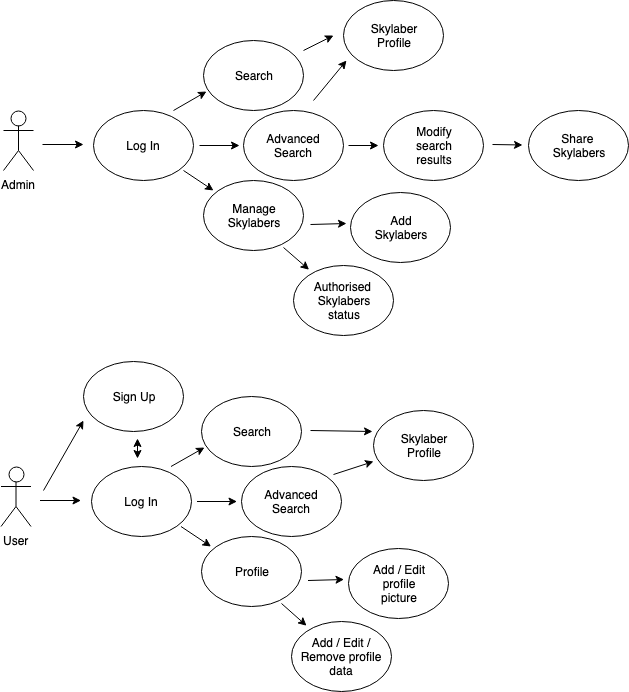
The draw.io diagram staff/alex-barba/skylab-inn-project/doc/images/use-cases.png in b00tc4mp/skylab-bootcamp-201901, before a commit. Source tidied: cells renumbered, new cells last; positions are measured from the earlier drawing's top-left corner, leaving out a move shared by most shapes.
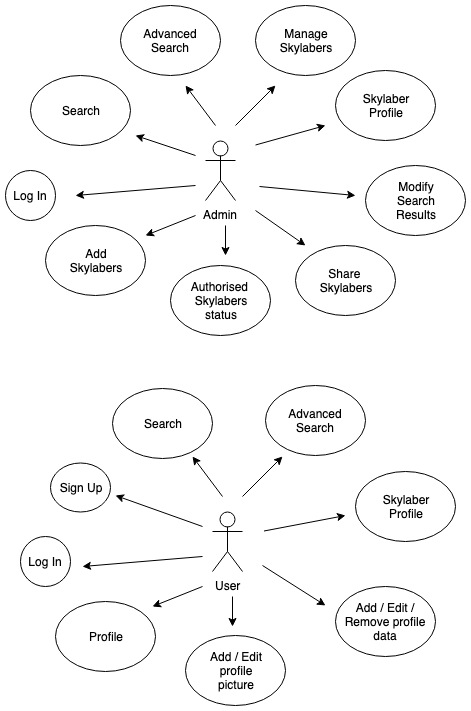
Later version of the same file.

The edit, as a diff of the source:
```diff
@@ -3,177 +3,163 @@
     <mxCell id="0" />
     <mxCell id="1" parent="0" />
     <mxCell id="2" value="Admin" style="shape=umlActor;verticalLabelPosition=bottom;labelBackgroundColor=#ffffff;verticalAlign=top;html=1;" parent="1" vertex="1">
-      <mxGeometry x="2" y="110" width="30" height="60" as="geometry" />
+      <mxGeometry x="752" y="115" width="30" height="60" as="geometry" />
     </mxCell>
     <mxCell id="3" value="Log In" style="ellipse;whiteSpace=wrap;html=1;" parent="1" vertex="1">
-      <mxGeometry x="92" y="110" width="100" height="70" as="geometry" />
+      <mxGeometry x="552" y="145" width="50" height="50" as="geometry" />
     </mxCell>
-    <mxCell id="4" style="endArrow=classic;html=1;" parent="1" edge="1">
-      <mxGeometry relative="1" as="geometry">
-        <mxPoint x="41" y="144" as="sourcePoint" />
-        <mxPoint x="82" y="144" as="targetPoint" />
-      </mxGeometry>
-    </mxCell>
-    <mxCell id="5" style="endArrow=classic;html=1;entryX=0.03;entryY=0.729;entryDx=0;entryDy=0;entryPerimeter=0;" parent="1" edge="1" target="6">
-      <mxGeometry relative="1" as="geometry">
-        <mxPoint x="172" y="110" as="sourcePoint" />
-      </mxGeometry>
-    </mxCell>
     <mxCell id="6" value="Search" style="ellipse;whiteSpace=wrap;html=1;" parent="1" vertex="1">
-      <mxGeometry x="202" y="40" width="100" height="70" as="geometry" />
+      <mxGeometry x="577" y="50" width="100" height="70" as="geometry" />
     </mxCell>
     <mxCell id="7" value="Advanced&lt;br&gt;Search" style="ellipse;whiteSpace=wrap;html=1;" parent="1" vertex="1">
-      <mxGeometry x="242" y="110" width="100" height="70" as="geometry" />
+      <mxGeometry x="667" y="-20" width="100" height="70" as="geometry" />
     </mxCell>
     <mxCell id="8" value="Manage&lt;br&gt;Skylabers&lt;br&gt;" style="ellipse;whiteSpace=wrap;html=1;" parent="1" vertex="1">
-      <mxGeometry x="202" y="180" width="100" height="70" as="geometry" />
+      <mxGeometry x="802" y="-20" width="100" height="70" as="geometry" />
     </mxCell>
     <mxCell id="9" style="endArrow=classic;html=1;" parent="1" edge="1">
       <mxGeometry relative="1" as="geometry">
-        <mxPoint x="182" y="170" as="sourcePoint" />
-        <mxPoint x="212" y="190" as="targetPoint" />
+        <mxPoint x="802" y="185" as="sourcePoint" />
+        <mxPoint x="852" y="220" as="targetPoint" />
       </mxGeometry>
     </mxCell>
-    <mxCell id="10" style="endArrow=classic;html=1;" parent="1" edge="1">
-      <mxGeometry relative="1" as="geometry">
-        <mxPoint x="198" y="145" as="sourcePoint" />
-        <mxPoint x="238" y="145" as="targetPoint" />
-      </mxGeometry>
-    </mxCell>
     <mxCell id="11" value="Skylaber&lt;br&gt;Profile&lt;br&gt;" style="ellipse;whiteSpace=wrap;html=1;" parent="1" vertex="1">
-      <mxGeometry x="342" width="100" height="70" as="geometry" />
+      <mxGeometry x="882" y="45" width="100" height="70" as="geometry" />
     </mxCell>
-    <mxCell id="12" style="endArrow=classic;html=1;" parent="1" edge="1">
-      <mxGeometry relative="1" as="geometry">
-        <mxPoint x="302" y="50" as="sourcePoint" />
-        <mxPoint x="332" y="35" as="targetPoint" />
-      </mxGeometry>
-    </mxCell>
     <mxCell id="13" style="endArrow=classic;html=1;" parent="1" edge="1">
       <mxGeometry relative="1" as="geometry">
-        <mxPoint x="312" y="100" as="sourcePoint" />
-        <mxPoint x="345" y="60" as="targetPoint" />
+        <mxPoint x="762" y="100" as="sourcePoint" />
+        <mxPoint x="732" y="60" as="targetPoint" />
       </mxGeometry>
     </mxCell>
     <mxCell id="14" value="Share &lt;br&gt;Skylabers&lt;br&gt;" style="ellipse;whiteSpace=wrap;html=1;" parent="1" vertex="1">
-      <mxGeometry x="527" y="110" width="100" height="70" as="geometry" />
+      <mxGeometry x="842" y="220" width="100" height="70" as="geometry" />
     </mxCell>
     <mxCell id="15" style="endArrow=classic;html=1;exitX=1;exitY=0.5;exitDx=0;exitDy=0;" parent="1" edge="1">
       <mxGeometry relative="1" as="geometry">
-        <mxPoint x="347" y="145" as="sourcePoint" />
-        <mxPoint x="377" y="145" as="targetPoint" />
+        <mxPoint x="802" y="119.5" as="sourcePoint" />
+        <mxPoint x="872" y="100" as="targetPoint" />
       </mxGeometry>
     </mxCell>
     <mxCell id="16" value="Add&lt;br&gt;Skylabers&lt;br&gt;" style="ellipse;whiteSpace=wrap;html=1;" parent="1" vertex="1">
-      <mxGeometry x="349" y="192" width="100" height="70" as="geometry" />
+      <mxGeometry x="592" y="200" width="100" height="70" as="geometry" />
     </mxCell>
     <mxCell id="17" style="endArrow=classic;html=1;exitX=1.04;exitY=0.629;exitDx=0;exitDy=0;exitPerimeter=0;" parent="1" edge="1">
       <mxGeometry relative="1" as="geometry">
-        <mxPoint x="309" y="224" as="sourcePoint" />
-        <mxPoint x="345" y="223" as="targetPoint" />
+        <mxPoint x="806" y="161" as="sourcePoint" />
+        <mxPoint x="902" y="170" as="targetPoint" />
       </mxGeometry>
     </mxCell>
     <mxCell id="18" value="Authorised&amp;nbsp;&lt;br&gt;Skylabers&lt;br&gt;status&lt;br&gt;" style="ellipse;whiteSpace=wrap;html=1;" parent="1" vertex="1">
-      <mxGeometry x="292" y="265" width="100" height="70" as="geometry" />
+      <mxGeometry x="717" y="240" width="100" height="70" as="geometry" />
     </mxCell>
-    <mxCell id="19" style="endArrow=classic;html=1;exitX=0.8;exitY=0.957;exitDx=0;exitDy=0;exitPerimeter=0;" parent="1" edge="1" source="8">
-      <mxGeometry relative="1" as="geometry">
-        <mxPoint x="307.5" y="269.2" as="targetPoint" />
-      </mxGeometry>
-    </mxCell>
-    <mxCell id="20" value="Modify&lt;br&gt;search&lt;br&gt;results&lt;br&gt;" style="ellipse;whiteSpace=wrap;html=1;" parent="1" vertex="1">
-      <mxGeometry x="382" y="110" width="100" height="70" as="geometry" />
+    <mxCell id="20" value="Modify&lt;br&gt;Search&lt;br&gt;Results&lt;br&gt;" style="ellipse;whiteSpace=wrap;html=1;" parent="1" vertex="1">
+      <mxGeometry x="912" y="140" width="100" height="70" as="geometry" />
     </mxCell>
     <mxCell id="21" style="endArrow=classic;html=1;exitX=1;exitY=0.5;exitDx=0;exitDy=0;" parent="1" edge="1">
       <mxGeometry relative="1" as="geometry">
-        <mxPoint x="491" y="144" as="sourcePoint" />
-        <mxPoint x="521" y="144.5" as="targetPoint" />
+        <mxPoint x="782" y="100" as="sourcePoint" />
+        <mxPoint x="822" y="60" as="targetPoint" />
       </mxGeometry>
     </mxCell>
+    <mxCell id="28" value="Profile&lt;br&gt;" style="ellipse;whiteSpace=wrap;html=1;" parent="1" vertex="1">
+      <mxGeometry x="602" y="576" width="100" height="70" as="geometry" />
+    </mxCell>
+    <mxCell id="34" value="Add / Edit&lt;br&gt;profile&lt;br&gt;picture&lt;br&gt;" style="ellipse;whiteSpace=wrap;html=1;" parent="1" vertex="1">
+      <mxGeometry x="732" y="610" width="100" height="70" as="geometry" />
+    </mxCell>
+    <mxCell id="36" value="Add / Edit / Remove profile data&lt;br&gt;" style="ellipse;whiteSpace=wrap;html=1;" parent="1" vertex="1">
+      <mxGeometry x="882" y="561" width="100" height="70" as="geometry" />
+    </mxCell>
+    <mxCell id="39" value="Sign Up" style="ellipse;whiteSpace=wrap;html=1;" parent="1" vertex="1">
+      <mxGeometry x="597" y="437" width="60" height="49" as="geometry" />
+    </mxCell>
+    <mxCell id="41" style="endArrow=classic;html=1;" parent="1" edge="1">
+      <mxGeometry relative="1" as="geometry">
+        <mxPoint x="742" y="130" as="sourcePoint" />
+        <mxPoint x="682" y="110" as="targetPoint" />
+      </mxGeometry>
+    </mxCell>
+    <mxCell id="42" style="endArrow=classic;html=1;" parent="1" edge="1">
+      <mxGeometry relative="1" as="geometry">
+        <mxPoint x="742" y="160" as="sourcePoint" />
+        <mxPoint x="622" y="170" as="targetPoint" />
+      </mxGeometry>
+    </mxCell>
+    <mxCell id="43" style="endArrow=classic;html=1;" parent="1" edge="1">
+      <mxGeometry relative="1" as="geometry">
+        <mxPoint x="742" y="190" as="sourcePoint" />
+        <mxPoint x="692" y="210" as="targetPoint" />
+      </mxGeometry>
+    </mxCell>
+    <mxCell id="44" style="endArrow=classic;html=1;" parent="1" edge="1">
+      <mxGeometry relative="1" as="geometry">
+        <mxPoint x="772" y="200" as="sourcePoint" />
+        <mxPoint x="772" y="230" as="targetPoint" />
+      </mxGeometry>
+    </mxCell>
     <mxCell id="22" value="User" style="shape=umlActor;verticalLabelPosition=bottom;labelBackgroundColor=#ffffff;verticalAlign=top;html=1;" parent="1" vertex="1">
-      <mxGeometry x="-0.5" y="466" width="30" height="60" as="geometry" />
+      <mxGeometry x="759" y="486" width="30" height="60" as="geometry" />
     </mxCell>
     <mxCell id="23" value="Log In" style="ellipse;whiteSpace=wrap;html=1;" parent="1" vertex="1">
-      <mxGeometry x="89.5" y="466" width="100" height="70" as="geometry" />
+      <mxGeometry x="567" y="511" width="50" height="50" as="geometry" />
     </mxCell>
-    <mxCell id="24" style="endArrow=classic;html=1;" parent="1" edge="1">
-      <mxGeometry relative="1" as="geometry">
-        <mxPoint x="38.5" y="500" as="sourcePoint" />
-        <mxPoint x="79.5" y="500" as="targetPoint" />
-      </mxGeometry>
-    </mxCell>
-    <mxCell id="25" style="endArrow=classic;html=1;entryX=0.03;entryY=0.729;entryDx=0;entryDy=0;entryPerimeter=0;" parent="1" edge="1" target="26">
-      <mxGeometry relative="1" as="geometry">
-        <mxPoint x="169.5" y="466" as="sourcePoint" />
-      </mxGeometry>
-    </mxCell>
     <mxCell id="26" value="Search" style="ellipse;whiteSpace=wrap;html=1;" parent="1" vertex="1">
-      <mxGeometry x="199.5" y="396" width="100" height="70" as="geometry" />
+      <mxGeometry x="659" y="363" width="100" height="70" as="geometry" />
     </mxCell>
     <mxCell id="27" value="Advanced&lt;br&gt;Search" style="ellipse;whiteSpace=wrap;html=1;" parent="1" vertex="1">
-      <mxGeometry x="239.5" y="466" width="100" height="70" as="geometry" />
+      <mxGeometry x="812" y="360" width="100" height="70" as="geometry" />
     </mxCell>
-    <mxCell id="28" value="Profile&lt;br&gt;" style="ellipse;whiteSpace=wrap;html=1;" parent="1" vertex="1">
-      <mxGeometry x="199.5" y="536" width="100" height="70" as="geometry" />
-    </mxCell>
-    <mxCell id="29" style="endArrow=classic;html=1;" parent="1" edge="1">
-      <mxGeometry relative="1" as="geometry">
-        <mxPoint x="179.5" y="526" as="sourcePoint" />
-        <mxPoint x="209.5" y="546" as="targetPoint" />
-      </mxGeometry>
-    </mxCell>
-    <mxCell id="30" style="endArrow=classic;html=1;" parent="1" edge="1">
-      <mxGeometry relative="1" as="geometry">
-        <mxPoint x="195.5" y="501" as="sourcePoint" />
-        <mxPoint x="235.5" y="501" as="targetPoint" />
-      </mxGeometry>
-    </mxCell>
+    <mxCell id="45" style="endArrow=classic;html=1;" parent="1" edge="1">
+      <mxGeometry relative="1" as="geometry">
+        <mxPoint x="809" y="540" as="sourcePoint" />
+        <mxPoint x="872" y="580" as="targetPoint" />
+      </mxGeometry>
+    </mxCell>
     <mxCell id="31" value="Skylaber&lt;br&gt;Profile&lt;br&gt;" style="ellipse;whiteSpace=wrap;html=1;" parent="1" vertex="1">
-      <mxGeometry x="372" y="410" width="100" height="70" as="geometry" />
+      <mxGeometry x="902" y="446" width="100" height="70" as="geometry" />
     </mxCell>
-    <mxCell id="32" style="endArrow=classic;html=1;" parent="1" edge="1">
-      <mxGeometry relative="1" as="geometry">
-        <mxPoint x="309" y="430" as="sourcePoint" />
-        <mxPoint x="371" y="431" as="targetPoint" />
-      </mxGeometry>
-    </mxCell>
-    <mxCell id="33" style="endArrow=classic;html=1;" parent="1" edge="1">
-      <mxGeometry relative="1" as="geometry">
-        <mxPoint x="332" y="474" as="sourcePoint" />
-        <mxPoint x="372" y="461" as="targetPoint" />
-      </mxGeometry>
-    </mxCell>
-    <mxCell id="34" value="Add / Edit&lt;br&gt;profile&lt;br&gt;picture&lt;br&gt;" style="ellipse;whiteSpace=wrap;html=1;" parent="1" vertex="1">
-      <mxGeometry x="346.5" y="548" width="100" height="70" as="geometry" />
-    </mxCell>
-    <mxCell id="35" style="endArrow=classic;html=1;exitX=1.04;exitY=0.629;exitDx=0;exitDy=0;exitPerimeter=0;" parent="1" edge="1">
-      <mxGeometry relative="1" as="geometry">
-        <mxPoint x="306.5" y="580" as="sourcePoint" />
-        <mxPoint x="342.5" y="579" as="targetPoint" />
-      </mxGeometry>
-    </mxCell>
-    <mxCell id="36" value="Add / Edit / Remove profile data&lt;br&gt;" style="ellipse;whiteSpace=wrap;html=1;" parent="1" vertex="1">
-      <mxGeometry x="289.5" y="621" width="100" height="70" as="geometry" />
-    </mxCell>
-    <mxCell id="37" style="endArrow=classic;html=1;exitX=0.8;exitY=0.957;exitDx=0;exitDy=0;exitPerimeter=0;" parent="1" edge="1" source="28">
-      <mxGeometry relative="1" as="geometry">
-        <mxPoint x="305" y="625.2" as="targetPoint" />
-      </mxGeometry>
-    </mxCell>
-    <mxCell id="38" style="endArrow=classic;html=1;" parent="1" edge="1">
-      <mxGeometry relative="1" as="geometry">
-        <mxPoint x="42" y="490" as="sourcePoint" />
-        <mxPoint x="82" y="420" as="targetPoint" />
-      </mxGeometry>
-    </mxCell>
-    <mxCell id="39" value="Sign Up" style="ellipse;whiteSpace=wrap;html=1;" parent="1" vertex="1">
-      <mxGeometry x="82" y="361" width="100" height="70" as="geometry" />
-    </mxCell>
-    <mxCell id="40" style="endArrow=classic;html=1;startArrow=classic;startFill=1;" parent="1" edge="1">
-      <mxGeometry relative="1" as="geometry">
-        <mxPoint x="136" y="458" as="sourcePoint" />
-        <mxPoint x="136" y="438" as="targetPoint" />
-      </mxGeometry>
-    </mxCell>
+    <mxCell id="46" style="endArrow=classic;html=1;" parent="1" edge="1">
+      <mxGeometry relative="1" as="geometry">
+        <mxPoint x="769" y="471" as="sourcePoint" />
+        <mxPoint x="739" y="431" as="targetPoint" />
+      </mxGeometry>
+    </mxCell>
+    <mxCell id="47" style="endArrow=classic;html=1;exitX=1;exitY=0.5;exitDx=0;exitDy=0;" parent="1" edge="1">
+      <mxGeometry relative="1" as="geometry">
+        <mxPoint x="810.5" y="505.5" as="sourcePoint" />
+        <mxPoint x="892" y="490" as="targetPoint" />
+      </mxGeometry>
+    </mxCell>
+    <mxCell id="48" style="endArrow=classic;html=1;exitX=1;exitY=0.5;exitDx=0;exitDy=0;" parent="1" edge="1">
+      <mxGeometry relative="1" as="geometry">
+        <mxPoint x="789" y="471" as="sourcePoint" />
+        <mxPoint x="829" y="431" as="targetPoint" />
+      </mxGeometry>
+    </mxCell>
+    <mxCell id="49" style="endArrow=classic;html=1;" parent="1" edge="1">
+      <mxGeometry relative="1" as="geometry">
+        <mxPoint x="749" y="501" as="sourcePoint" />
+        <mxPoint x="662" y="470" as="targetPoint" />
+      </mxGeometry>
+    </mxCell>
+    <mxCell id="50" style="endArrow=classic;html=1;" parent="1" edge="1">
+      <mxGeometry relative="1" as="geometry">
+        <mxPoint x="749" y="531" as="sourcePoint" />
+        <mxPoint x="629" y="541" as="targetPoint" />
+      </mxGeometry>
+    </mxCell>
+    <mxCell id="51" style="endArrow=classic;html=1;" parent="1" edge="1">
+      <mxGeometry relative="1" as="geometry">
+        <mxPoint x="749" y="561" as="sourcePoint" />
+        <mxPoint x="699" y="581" as="targetPoint" />
+      </mxGeometry>
+    </mxCell>
+    <mxCell id="52" style="endArrow=classic;html=1;" parent="1" edge="1">
+      <mxGeometry relative="1" as="geometry">
+        <mxPoint x="779" y="571" as="sourcePoint" />
+        <mxPoint x="779" y="601" as="targetPoint" />
+      </mxGeometry>
+    </mxCell>
   </root>
 </mxGraphModel>
```
